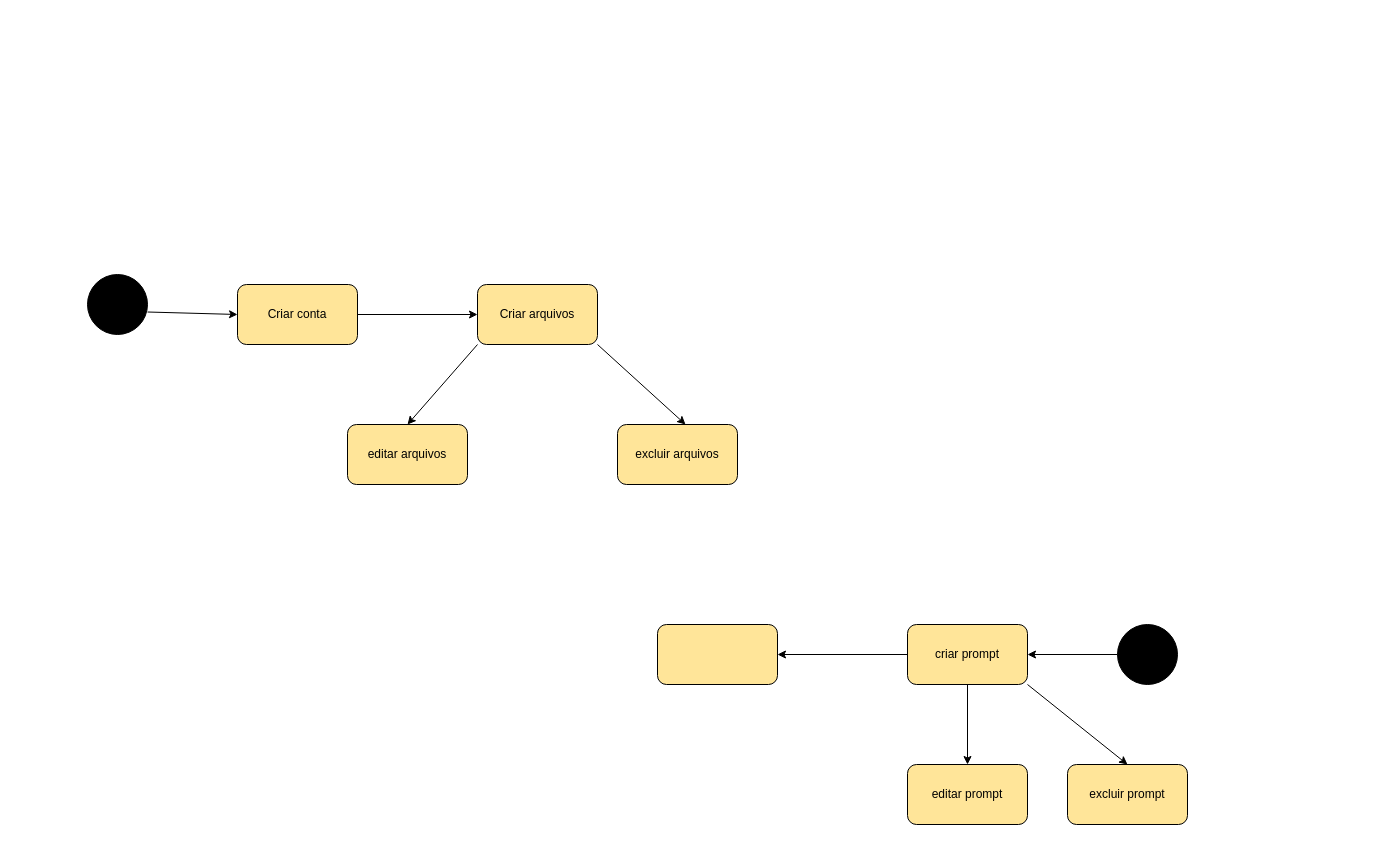
Before: page "diagrama de estados" (3 of 4) of Diagrama sem nome.drawio in neymarboliviano/FCW-AI, a draw.io diagram. Source tidied: cells renumbered, new cells numbered last; positions are measured from the earlier drawing's top-left corner, leaving out a move shared by most shapes. Both pictures are drawn from the tidied source at 100%, with x=0, y=0 at pixel (87, 274).
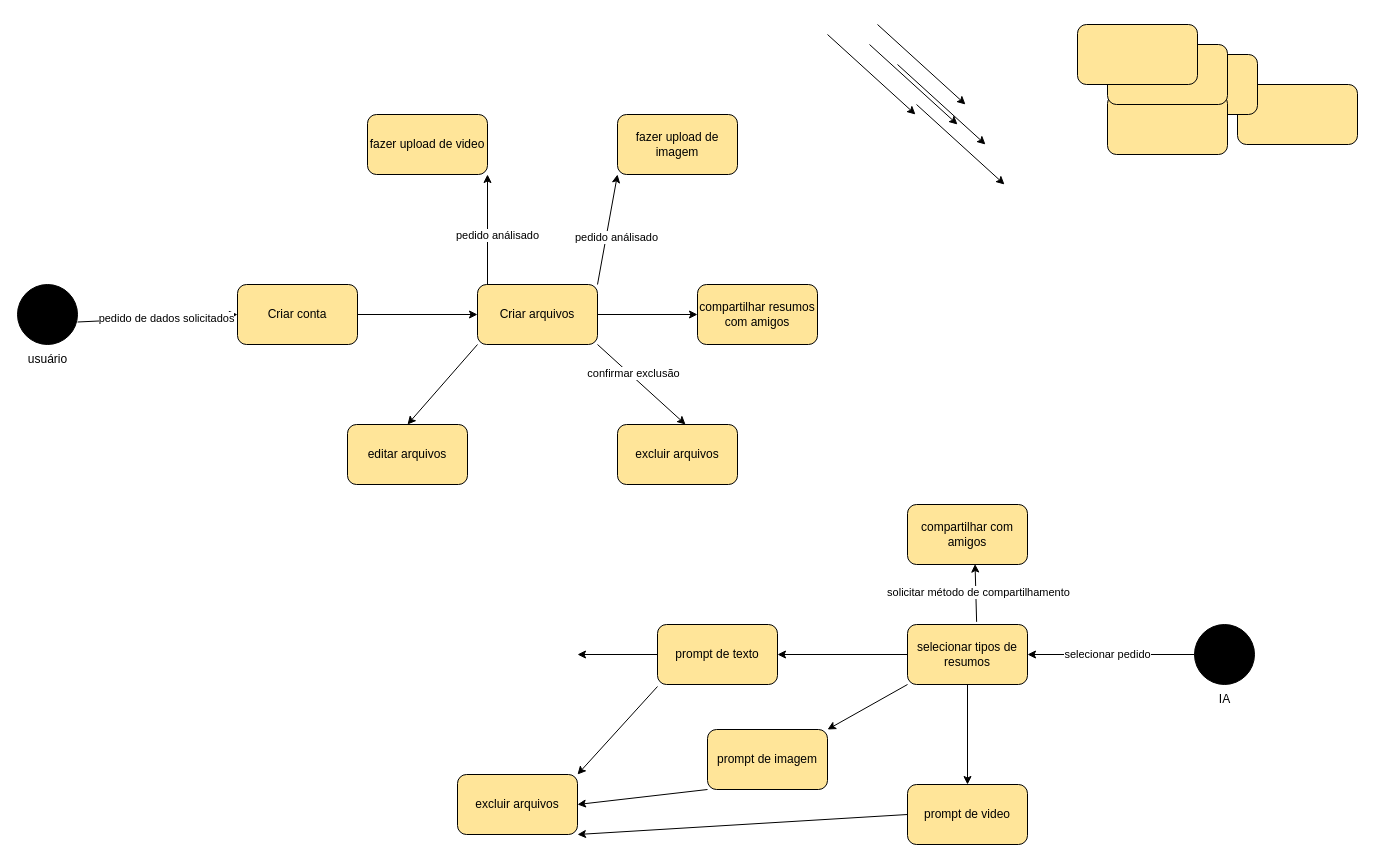
After the change.

Unchanged cells that the change refers to:
```xml
<mxCell id="8" value="Criar arquivos" style="rounded=1;whiteSpace=wrap;html=1;fillColor=light-dark(#FFE599,var(--ge-dark-color, #121212));" parent="1" vertex="1">
  <mxGeometry x="390" y="10" width="120" height="60" as="geometry" />
</mxCell>
<mxCell id="15" style="endArrow=classic;html=1;rounded=0;exitX=0;exitY=0.5;exitDx=0;exitDy=0;entryX=1;entryY=0.5;entryDx=0;entryDy=0;" parent="1" edge="1" source="2" target="5">
  <mxGeometry relative="1" as="geometry" />
</mxCell>
<mxCell id="16" style="endArrow=classic;html=1;rounded=0;exitX=1;exitY=0.625;exitDx=0;exitDy=0;exitPerimeter=0;entryX=0;entryY=0.5;entryDx=0;entryDy=0;" parent="1" edge="1" source="3" target="9">
  <mxGeometry relative="1" as="geometry" />
</mxCell>
<mxCell id="17" style="endArrow=classic;html=1;rounded=0;exitX=1;exitY=1;exitDx=0;exitDy=0;entryX=0.567;entryY=0;entryDx=0;entryDy=0;entryPerimeter=0;" parent="1" edge="1" source="8" target="7">
  <mxGeometry relative="1" as="geometry" />
</mxCell>
```

The edit, as a diff of the source:
```diff
@@
     <mxCell id="2" style="ellipse;whiteSpace=wrap;html=1;fillColor=light-dark(#000000,#000000);" parent="1" vertex="1">
-      <mxGeometry x="1030" y="350" width="60" height="60" as="geometry" />
+      <mxGeometry x="1107" y="350" width="60" height="60" as="geometry" />
     </mxCell>
     <mxCell id="3" style="ellipse;whiteSpace=wrap;html=1;fillColor=light-dark(#000000,var(--ge-dark-color, #121212));" parent="1" vertex="1">
-      <mxGeometry width="60" height="60" as="geometry" />
+      <mxGeometry x="-70" y="10" width="60" height="60" as="geometry" />
     </mxCell>
-    <mxCell id="4" value="editar prompt" style="rounded=1;whiteSpace=wrap;html=1;fillColor=light-dark(#FFE599,var(--ge-dark-color, #121212));" parent="1" vertex="1">
-      <mxGeometry x="820" y="490" width="120" height="60" as="geometry" />
+    <mxCell id="4" value="prompt de imagem" style="rounded=1;whiteSpace=wrap;html=1;fillColor=light-dark(#FFE599,var(--ge-dark-color, #121212));" parent="1" vertex="1">
+      <mxGeometry x="620" y="455" width="120" height="60" as="geometry" />
     </mxCell>
-    <mxCell id="5" value="criar prompt" style="rounded=1;whiteSpace=wrap;html=1;fillColor=light-dark(#FFE599,var(--ge-dark-color, #121212));" parent="1" vertex="1">
+    <mxCell id="5" value="selecionar tipos de resumos" style="rounded=1;whiteSpace=wrap;html=1;fillColor=light-dark(#FFE599,var(--ge-dark-color, #121212));" parent="1" vertex="1">
       <mxGeometry x="820" y="350" width="120" height="60" as="geometry" />
     </mxCell>
@@
-    <mxCell id="11" style="endArrow=classic;html=1;rounded=0;exitX=0.5;exitY=1;exitDx=0;exitDy=0;entryX=0.5;entryY=0;entryDx=0;entryDy=0;" parent="1" edge="1" source="5" target="4">
+    <mxCell id="11" style="endArrow=classic;html=1;rounded=0;exitX=0;exitY=1;exitDx=0;exitDy=0;entryX=1;entryY=0;entryDx=0;entryDy=0;" parent="1" edge="1" source="5" target="4">
       <mxGeometry relative="1" as="geometry" />
     </mxCell>
-    <mxCell id="12" style="endArrow=classic;html=1;rounded=0;exitX=1;exitY=1;exitDx=0;exitDy=0;entryX=0.5;entryY=0;entryDx=0;entryDy=0;" parent="1" edge="1" source="5" target="19">
+    <mxCell id="12" style="endArrow=classic;html=1;rounded=0;exitX=0.5;exitY=1;exitDx=0;exitDy=0;entryX=0.5;entryY=0;entryDx=0;entryDy=0;" parent="1" edge="1" source="5" target="19">
       <mxGeometry relative="1" as="geometry" />
     </mxCell>
@@
+    <mxCell id="20" value="selecionar pedido" style="edgeLabel;html=1;align=center;verticalAlign=middle;" parent="15" vertex="1">
+      <mxGeometry x="0.05" y="-1" relative="1" as="geometry" />
+    </mxCell>
@@
+    <mxCell id="21" value="pedido de dados solicitados" style="edgeLabel;html=1;align=center;verticalAlign=middle;" parent="16" vertex="1">
+      <mxGeometry x="0.11" relative="1" as="geometry" />
+    </mxCell>
@@
+    <mxCell id="22" value="confirmar exclusão" style="edgeLabel;html=1;align=center;verticalAlign=middle;" parent="17" vertex="1">
+      <mxGeometry x="-0.25" y="3" relative="1" as="geometry" />
+    </mxCell>
-    <mxCell id="18" style="rounded=1;whiteSpace=wrap;html=1;fillColor=light-dark(#FFE599,var(--ge-dark-color, #121212));" parent="1" vertex="1">
+    <mxCell id="18" value="prompt de texto" style="rounded=1;whiteSpace=wrap;html=1;fillColor=light-dark(#FFE599,var(--ge-dark-color, #121212));" parent="1" vertex="1">
       <mxGeometry x="570" y="350" width="120" height="60" as="geometry" />
     </mxCell>
-    <mxCell id="19" value="excluir prompt" style="rounded=1;whiteSpace=wrap;html=1;fillColor=light-dark(#FFE599,var(--ge-dark-color, #121212));" parent="1" vertex="1">
-      <mxGeometry x="980" y="490" width="120" height="60" as="geometry" />
+    <mxCell id="19" value="prompt de video" style="rounded=1;whiteSpace=wrap;html=1;fillColor=light-dark(#FFE599,var(--ge-dark-color, #121212));" parent="1" vertex="1">
+      <mxGeometry x="820" y="510" width="120" height="60" as="geometry" />
     </mxCell>
+    <mxCell id="23" value="fazer upload de imagem" style="rounded=1;whiteSpace=wrap;html=1;fillColor=light-dark(#FFE599,var(--ge-dark-color, #121212));" parent="1" vertex="1">
+      <mxGeometry x="530" y="-160" width="120" height="60" as="geometry" />
+    </mxCell>
+    <mxCell id="24" value="excluir arquivos" style="rounded=1;whiteSpace=wrap;html=1;fillColor=light-dark(#FFE599,var(--ge-dark-color, #121212));" parent="1" vertex="1">
+      <mxGeometry x="370" y="500" width="120" height="60" as="geometry" />
+    </mxCell>
+    <mxCell id="25" value="compartilhar resumos com amigos" style="rounded=1;whiteSpace=wrap;html=1;fillColor=light-dark(#FFE599,var(--ge-dark-color, #121212));" parent="1" vertex="1">
+      <mxGeometry x="610" y="10" width="120" height="60" as="geometry" />
+    </mxCell>
+    <mxCell id="26" value="fazer upload de video" style="rounded=1;whiteSpace=wrap;html=1;fillColor=light-dark(#FFE599,var(--ge-dark-color, #121212));" parent="1" vertex="1">
+      <mxGeometry x="280" y="-160" width="120" height="60" as="geometry" />
+    </mxCell>
+    <mxCell id="27" style="endArrow=classic;html=1;rounded=0;exitX=1;exitY=0.5;exitDx=0;exitDy=0;entryX=0;entryY=0.5;entryDx=0;entryDy=0;" parent="1" edge="1" source="8" target="25">
+      <mxGeometry relative="1" as="geometry" />
+    </mxCell>
+    <mxCell id="28" value="pedido análisado" style="endArrow=classic;html=1;rounded=0;entryX=1;entryY=1;entryDx=0;entryDy=0;" parent="1" edge="1" target="26">
+      <mxGeometry x="-0.09" y="-10" relative="1" as="geometry">
+        <mxPoint x="400" y="10" as="sourcePoint" />
+        <mxPoint y="1" as="offset" />
+      </mxGeometry>
+    </mxCell>
+    <mxCell id="29" style="endArrow=classic;html=1;rounded=0;exitX=0;exitY=0.5;exitDx=0;exitDy=0;" parent="1" edge="1" source="18">
+      <mxGeometry relative="1" as="geometry">
+        <mxPoint x="490" y="380" as="targetPoint" />
+      </mxGeometry>
+    </mxCell>
+    <mxCell id="30" style="endArrow=classic;html=1;rounded=0;exitX=1;exitY=1;exitDx=0;exitDy=0;entryX=0.567;entryY=0;entryDx=0;entryDy=0;entryPerimeter=0;" parent="1" edge="1">
+      <mxGeometry relative="1" as="geometry">
+        <mxPoint x="782" y="-230" as="sourcePoint" />
+        <mxPoint x="870" y="-150" as="targetPoint" />
+      </mxGeometry>
+    </mxCell>
+    <mxCell id="31" style="endArrow=classic;html=1;rounded=0;exitX=1;exitY=1;exitDx=0;exitDy=0;entryX=0.567;entryY=0;entryDx=0;entryDy=0;entryPerimeter=0;" parent="1" edge="1">
+      <mxGeometry relative="1" as="geometry">
+        <mxPoint x="740" y="-240" as="sourcePoint" />
+        <mxPoint x="828" y="-160" as="targetPoint" />
+      </mxGeometry>
+    </mxCell>
+    <mxCell id="32" style="endArrow=classic;html=1;rounded=0;exitX=1;exitY=1;exitDx=0;exitDy=0;entryX=0.567;entryY=0;entryDx=0;entryDy=0;entryPerimeter=0;" parent="1" edge="1">
+      <mxGeometry relative="1" as="geometry">
+        <mxPoint x="790" y="-250" as="sourcePoint" />
+        <mxPoint x="878" y="-170" as="targetPoint" />
+      </mxGeometry>
+    </mxCell>
+    <mxCell id="33" style="endArrow=classic;html=1;rounded=0;exitX=0;exitY=0.5;exitDx=0;exitDy=0;entryX=1;entryY=1;entryDx=0;entryDy=0;" parent="1" edge="1" source="19" target="24">
+      <mxGeometry relative="1" as="geometry" />
+    </mxCell>
+    <mxCell id="34" style="endArrow=classic;html=1;rounded=0;exitX=0;exitY=1;exitDx=0;exitDy=0;entryX=1;entryY=0.5;entryDx=0;entryDy=0;" parent="1" edge="1" source="4" target="24">
+      <mxGeometry relative="1" as="geometry" />
+    </mxCell>
+    <mxCell id="35" style="endArrow=classic;html=1;rounded=0;exitX=0;exitY=1;exitDx=0;exitDy=0;entryX=1;entryY=0;entryDx=0;entryDy=0;" parent="1" edge="1" target="24">
+      <mxGeometry relative="1" as="geometry">
+        <mxPoint x="570" y="412" as="sourcePoint" />
+      </mxGeometry>
+    </mxCell>
+    <mxCell id="36" style="endArrow=classic;html=1;rounded=0;entryX=0.563;entryY=0.993;entryDx=0;entryDy=0;entryPerimeter=0;exitX=0.576;exitY=-0.044;exitDx=0;exitDy=0;exitPerimeter=0;" parent="1" edge="1" source="5" target="44">
+      <mxGeometry relative="1" as="geometry" />
+    </mxCell>
+    <mxCell id="37" value="solicitar método de compartilhamento" style="edgeLabel;html=1;align=center;verticalAlign=middle;" parent="36" vertex="1">
+      <mxGeometry x="0.05" y="-2" relative="1" as="geometry" />
+    </mxCell>
+    <mxCell id="38" style="endArrow=classic;html=1;rounded=0;exitX=1;exitY=1;exitDx=0;exitDy=0;entryX=0.567;entryY=0;entryDx=0;entryDy=0;entryPerimeter=0;" parent="1" edge="1">
+      <mxGeometry relative="1" as="geometry">
+        <mxPoint x="829" y="-170" as="sourcePoint" />
+        <mxPoint x="917" y="-90" as="targetPoint" />
+      </mxGeometry>
+    </mxCell>
+    <mxCell id="39" style="endArrow=classic;html=1;rounded=0;exitX=1;exitY=1;exitDx=0;exitDy=0;entryX=0.567;entryY=0;entryDx=0;entryDy=0;entryPerimeter=0;" parent="1" edge="1">
+      <mxGeometry relative="1" as="geometry">
+        <mxPoint x="810" y="-210" as="sourcePoint" />
+        <mxPoint x="898" y="-130" as="targetPoint" />
+      </mxGeometry>
+    </mxCell>
+    <mxCell id="40" style="rounded=1;whiteSpace=wrap;html=1;fillColor=light-dark(#FFE599,var(--ge-dark-color, #121212));" parent="1" vertex="1">
+      <mxGeometry x="1150" y="-190" width="120" height="60" as="geometry" />
+    </mxCell>
+    <mxCell id="41" style="rounded=1;whiteSpace=wrap;html=1;fillColor=light-dark(#FFE599,var(--ge-dark-color, #121212));" parent="1" vertex="1">
+      <mxGeometry x="1050" y="-220" width="120" height="60" as="geometry" />
+    </mxCell>
+    <mxCell id="42" style="rounded=1;whiteSpace=wrap;html=1;fillColor=light-dark(#FFE599,var(--ge-dark-color, #121212));" parent="1" vertex="1">
+      <mxGeometry x="1020" y="-180" width="120" height="60" as="geometry" />
+    </mxCell>
+    <mxCell id="43" style="rounded=1;whiteSpace=wrap;html=1;fillColor=light-dark(#FFE599,var(--ge-dark-color, #121212));" parent="1" vertex="1">
+      <mxGeometry x="1020" y="-230" width="120" height="60" as="geometry" />
+    </mxCell>
+    <mxCell id="44" value="compartilhar com amigos" style="rounded=1;whiteSpace=wrap;html=1;fillColor=light-dark(#FFE599,var(--ge-dark-color, #121212));" parent="1" vertex="1">
+      <mxGeometry x="820" y="230" width="120" height="60" as="geometry" />
+    </mxCell>
+    <mxCell id="45" style="rounded=1;whiteSpace=wrap;html=1;fillColor=light-dark(#FFE599,var(--ge-dark-color, #121212));" parent="1" vertex="1">
+      <mxGeometry x="990" y="-250" width="120" height="60" as="geometry" />
+    </mxCell>
+    <mxCell id="46" value="pedido análisado" style="endArrow=classic;html=1;rounded=0;entryX=0;entryY=1;entryDx=0;entryDy=0;exitX=1;exitY=0;exitDx=0;exitDy=0;" parent="1" edge="1" source="8" target="23">
+      <mxGeometry x="-0.09" y="-10" relative="1" as="geometry">
+        <mxPoint y="1" as="offset" />
+      </mxGeometry>
+    </mxCell>
+    <mxCell id="47" value="IA" style="text;html=1;align=center;verticalAlign=middle;strokeColor=none;fillColor=none;" parent="1" vertex="1">
+      <mxGeometry x="1122" y="410" width="30" height="30" as="geometry" />
+    </mxCell>
+    <mxCell id="48" value="usuário" style="text;html=1;align=center;verticalAlign=middle;strokeColor=none;fillColor=none;" parent="1" vertex="1">
+      <mxGeometry x="-70" y="70" width="60" height="30" as="geometry" />
+    </mxCell>
```
